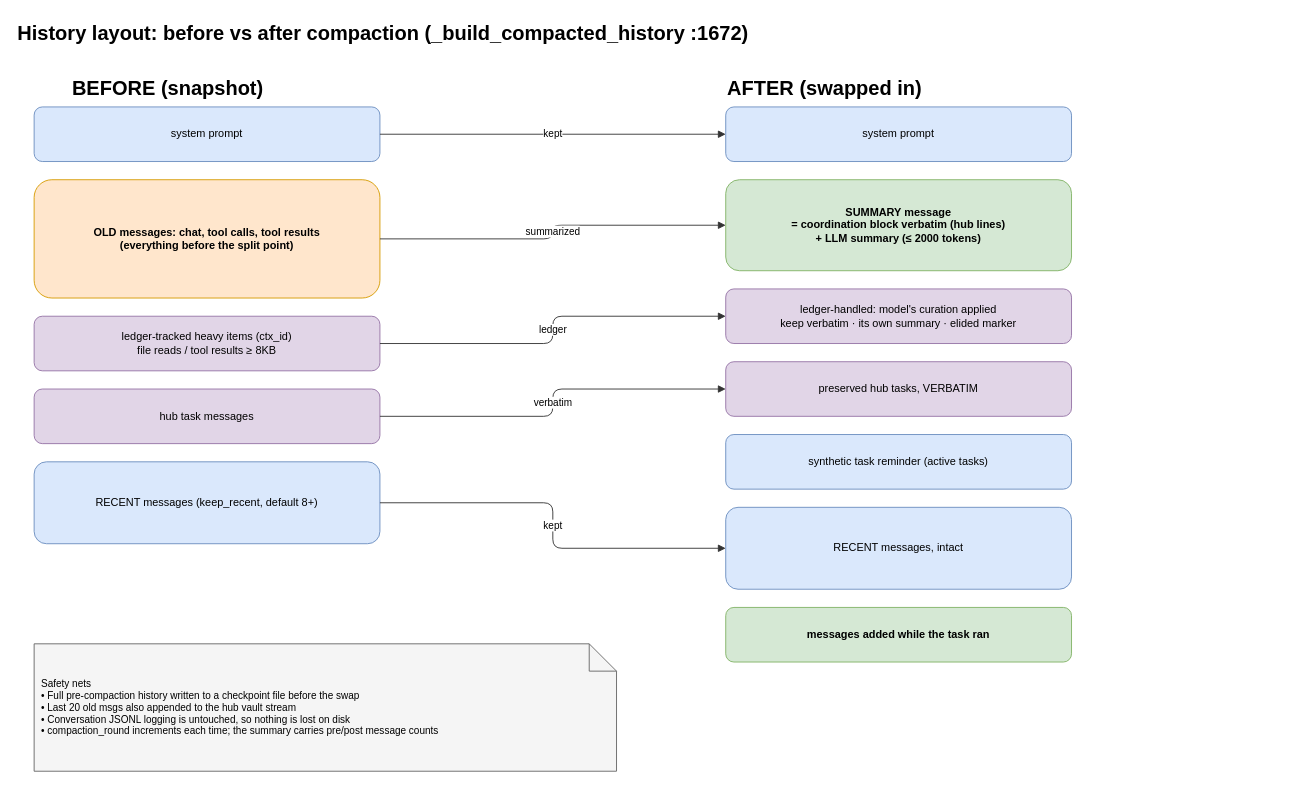
The draw.io diagram page "3 History before and after" (3 of 4) of docs/diagrams/context-compaction.drawio in kollaborai/kollab, before the edit. Source tidied: cells renumbered, new cells numbered last; positions are measured from the earlier drawing's top-left corner, leaving out a move shared by most shapes. Both pictures are drawn from the tidied source at 91%, with x=0, y=0 at pixel (15, 15).
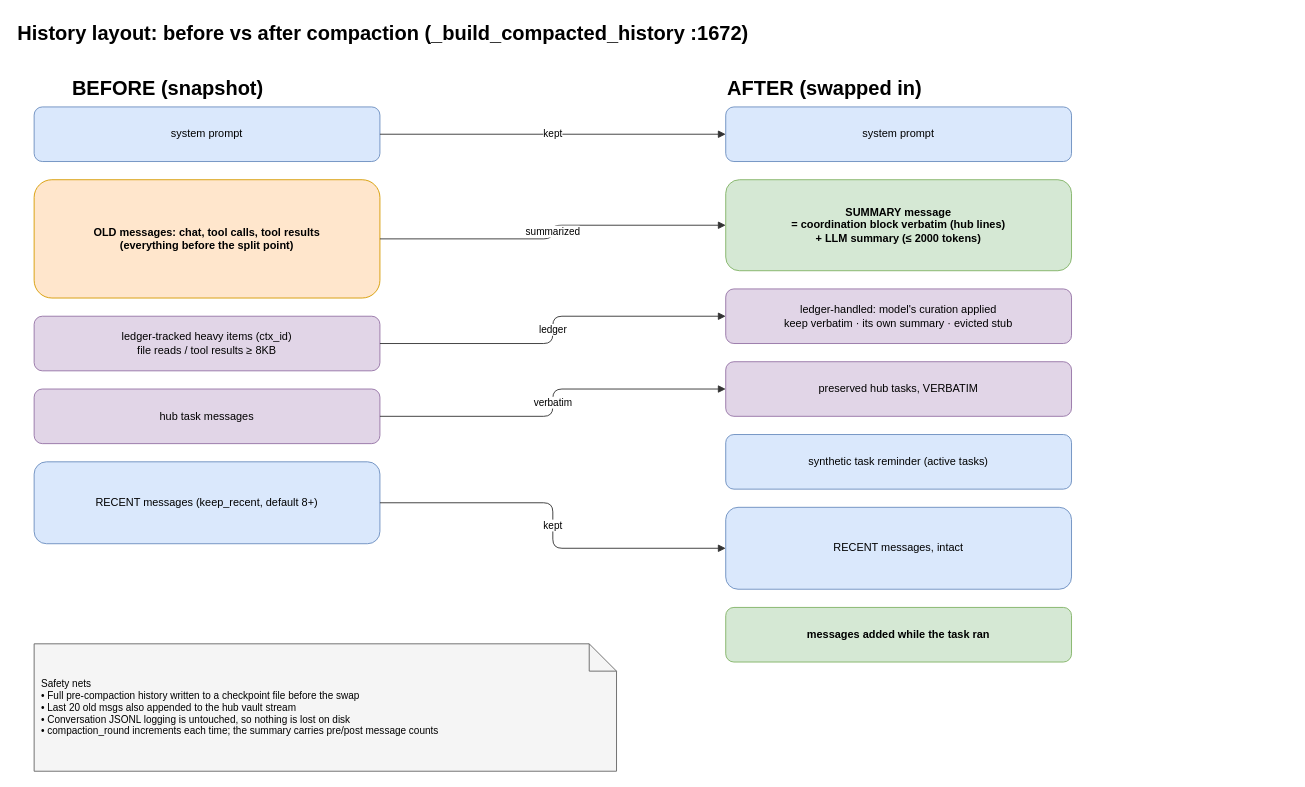
After the change.

Diff of the diagram source:
```diff
@@
-    <mxCell id="12" value="ledger-handled: model's curation applied&lt;br&gt;keep verbatim · its own summary · elided marker" style="rounded=1;whiteSpace=wrap;html=1;fillColor=#e1d5e7;strokeColor=#9673a6;" parent="1" vertex="1">
+    <mxCell id="12" value="ledger-handled: model's curation applied&lt;br&gt;keep verbatim · its own summary · evicted stub" style="rounded=1;whiteSpace=wrap;html=1;fillColor=#e1d5e7;strokeColor=#9673a6;" parent="1" vertex="1">
       <mxGeometry x="780" y="300" width="380" height="60" as="geometry" />
     </mxCell>
```
